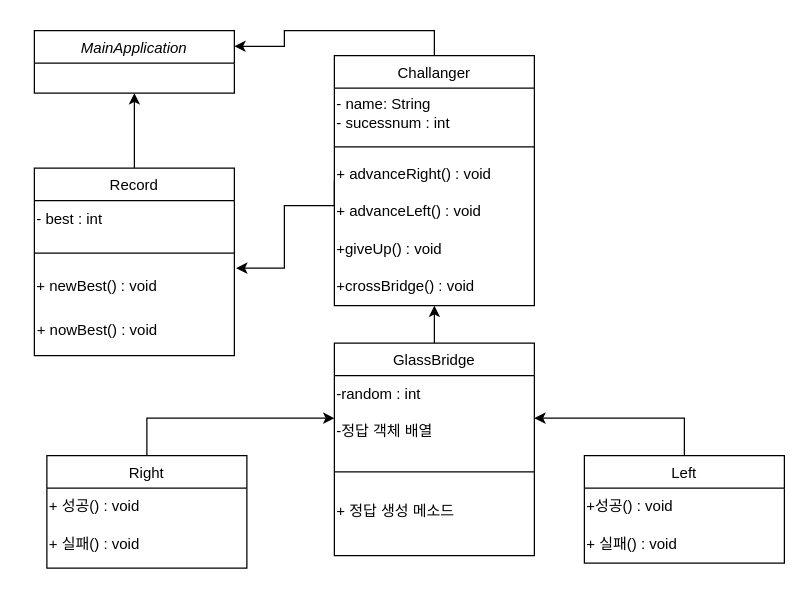
JinhoYeom/project-first-glassbridge keeps this draw.io diagram as glassbridge.drawio. Above is the earlier version. Source tidied: cells renumbered, new cells numbered last; positions are measured from the earlier drawing's top-left corner, leaving out a move shared by most shapes. Both pictures are drawn from the tidied source at 125%, with x=0, y=0 at pixel (21, 30).
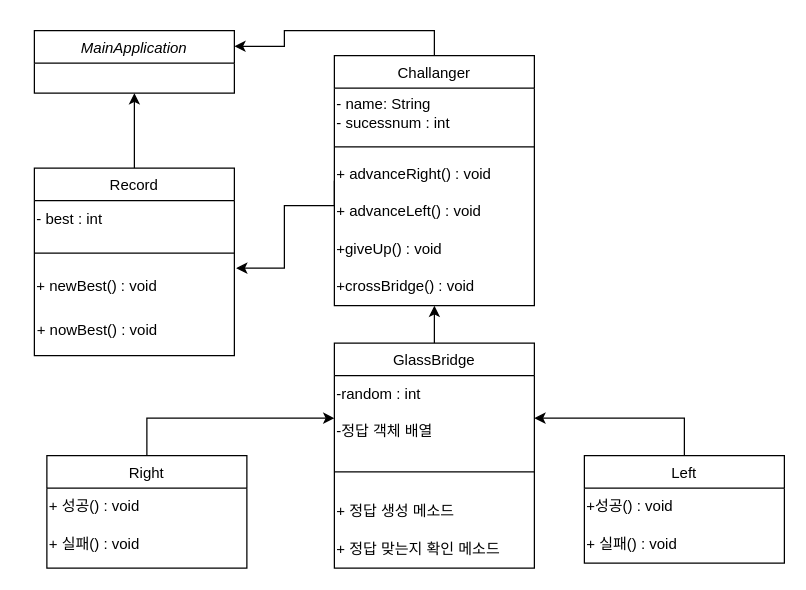
The same diagram, later.

What changed in the source:
```diff
@@
     <mxCell id="18" value="GlassBridge" style="swimlane;fontStyle=0;align=center;verticalAlign=top;horizontal=1;startSize=26;rounded=0;shadow=0;strokeWidth=1;" parent="1" vertex="1">
-      <mxGeometry x="250" y="250" width="160" height="170" as="geometry" />
+      <mxGeometry x="250" y="250" width="160" height="180" as="geometry" />
     </mxCell>
@@
+    <mxCell id="32" value="+ 정답 맞는지 확인 메소드" style="text;html=1;align=left;verticalAlign=middle;strokeColor=none;fillColor=none;" parent="18" vertex="1">
+      <mxGeometry y="150" width="160" height="30" as="geometry" />
+    </mxCell>
```
